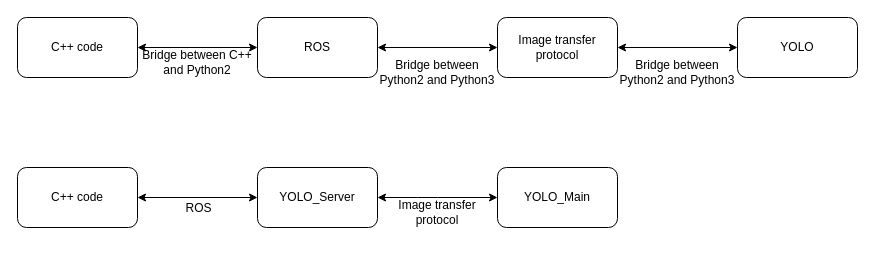
The draw.io diagram docs/ROSdiagram.drawio in markgrts/suii_vision_3d, before the edit. Source tidied: cells renumbered, new cells numbered last; positions are measured from the earlier drawing's top-left corner, leaving out a move shared by most shapes. Both pictures are drawn from the tidied source at 100%, with x=0, y=0 at pixel (17, 17).
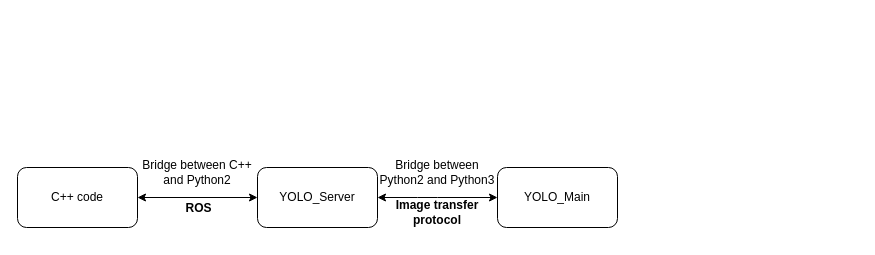
After the change.

Unchanged cells that the change refers to:
```xml
<mxCell id="15" style="endArrow=classic;startArrow=classic;html=1;entryX=1;entryY=0.5;entryDx=0;entryDy=0;exitX=0;exitY=0.5;exitDx=0;exitDy=0;" parent="1" edge="1" source="13" target="12">
  <mxGeometry relative="1" as="geometry" />
</mxCell>
```

Change to the diagram source:
```diff
@@
-    <mxCell id="2" value="C++ code" style="rounded=1;whiteSpace=wrap;html=1;" parent="1" vertex="1">
-      <mxGeometry width="120" height="60" as="geometry" />
-    </mxCell>
-    <mxCell id="3" value="ROS" style="rounded=1;whiteSpace=wrap;html=1;" parent="1" vertex="1">
-      <mxGeometry x="240" width="120" height="60" as="geometry" />
-    </mxCell>
-    <mxCell id="4" value="Image transfer protocol" style="rounded=1;whiteSpace=wrap;html=1;" parent="1" vertex="1">
-      <mxGeometry x="480" width="120" height="60" as="geometry" />
-    </mxCell>
-    <mxCell id="5" value="YOLO" style="rounded=1;whiteSpace=wrap;html=1;" parent="1" vertex="1">
-      <mxGeometry x="720" width="120" height="60" as="geometry" />
-    </mxCell>
-    <mxCell id="6" style="endArrow=classic;startArrow=classic;html=1;entryX=0;entryY=0.5;entryDx=0;entryDy=0;" parent="1" edge="1" source="2" target="3">
-      <mxGeometry relative="1" as="geometry" />
-    </mxCell>
-    <mxCell id="7" style="endArrow=classic;startArrow=classic;html=1;exitX=0;exitY=0.5;exitDx=0;exitDy=0;entryX=1;entryY=0.5;entryDx=0;entryDy=0;" parent="1" edge="1" source="4" target="3">
-      <mxGeometry relative="1" as="geometry" />
-    </mxCell>
-    <mxCell id="8" style="endArrow=classic;startArrow=classic;html=1;exitX=0;exitY=0.5;exitDx=0;exitDy=0;" parent="1" edge="1" source="5" target="4">
-      <mxGeometry relative="1" as="geometry" />
-    </mxCell>
-    <mxCell id="9" value="Bridge between Python2 and Python3" style="text;html=1;strokeColor=none;fillColor=none;align=center;verticalAlign=middle;whiteSpace=wrap;rounded=0;" parent="1" vertex="1">
-      <mxGeometry x="600" y="30" width="120" height="50" as="geometry" />
-    </mxCell>
     <mxCell id="10" value="Bridge between C++ and Python2" style="text;html=1;strokeColor=none;fillColor=none;align=center;verticalAlign=middle;whiteSpace=wrap;rounded=0;" parent="1" vertex="1">
-      <mxGeometry x="120" y="10" width="120" height="70" as="geometry" />
+      <mxGeometry x="120" y="120" width="120" height="70" as="geometry" />
     </mxCell>
     <mxCell id="11" value="&lt;div&gt;Bridge between Python2 and Python3&lt;/div&gt;" style="text;html=1;strokeColor=none;fillColor=none;align=center;verticalAlign=middle;whiteSpace=wrap;rounded=0;" parent="1" vertex="1">
-      <mxGeometry x="360" y="10" width="120" height="90" as="geometry" />
+      <mxGeometry x="360" y="110" width="120" height="90" as="geometry" />
     </mxCell>
@@
-    <mxCell id="16" value="ROS" style="text;html=1;align=center;verticalAlign=middle;labelBackgroundColor=#ffffff;" parent="15" vertex="1">
+    <mxCell id="16" value="&lt;b&gt;ROS&lt;/b&gt;" style="text;html=1;align=center;verticalAlign=middle;labelBackgroundColor=#ffffff;" parent="15" vertex="1">
       <mxGeometry x="-0.23" y="3" relative="1" as="geometry">
         <mxPoint x="-14" y="7" as="offset" />
       </mxGeometry>
     </mxCell>
@@
-    <mxCell id="18" value="Image transfer protocol" style="text;html=1;strokeColor=none;fillColor=none;align=center;verticalAlign=middle;whiteSpace=wrap;rounded=0;" parent="1" vertex="1">
+    <mxCell id="18" value="&lt;b&gt;Image transfer protocol&lt;/b&gt;" style="text;html=1;strokeColor=none;fillColor=none;align=center;verticalAlign=middle;whiteSpace=wrap;rounded=0;" parent="1" vertex="1">
       <mxGeometry x="365" y="170" width="110" height="50" as="geometry" />
     </mxCell>
```
